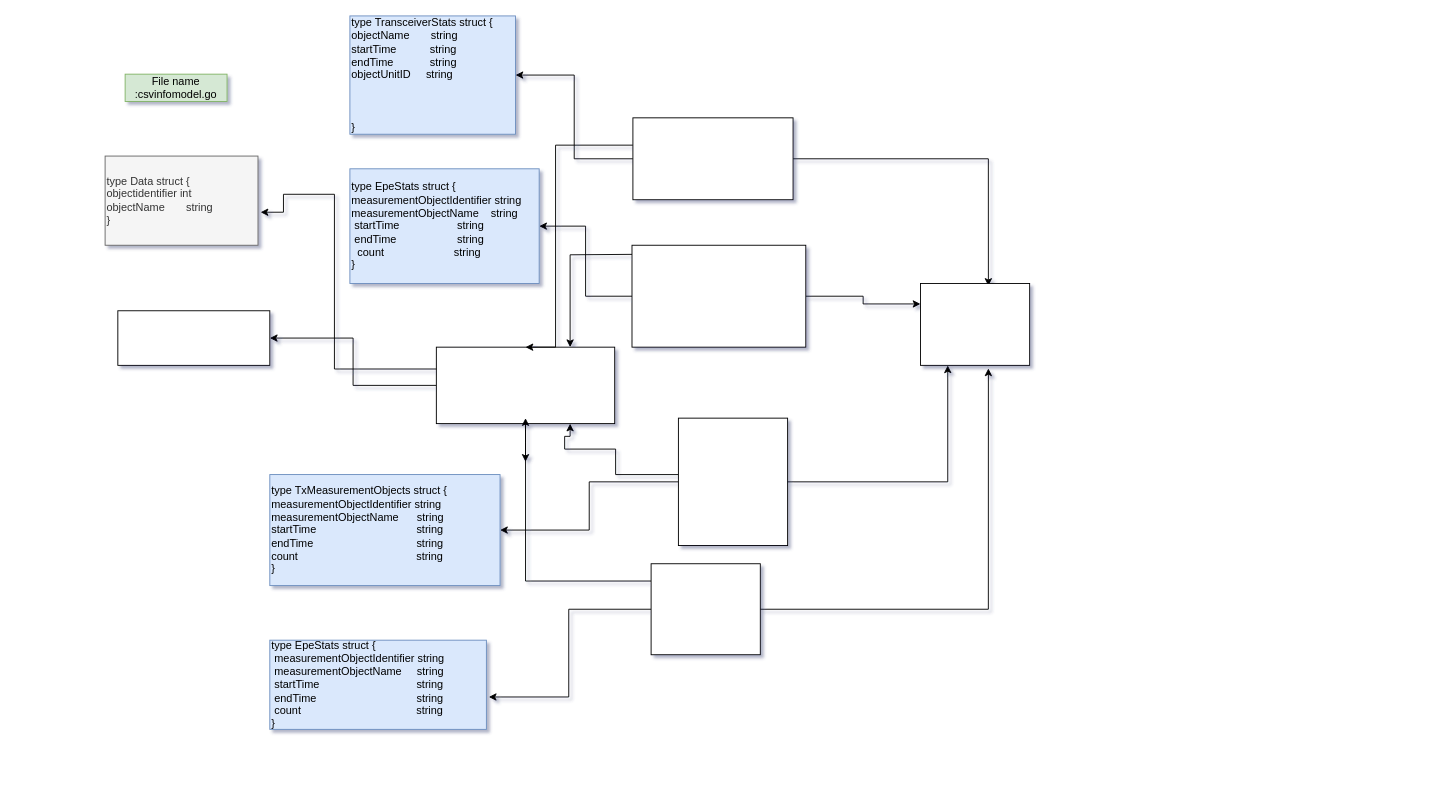
javademokit/Backup keeps this draw.io diagram as Untitled Diagram.drawio. Above is the earlier version. Source tidied: cells renumbered, new cells numbered last; positions are measured from the earlier drawing's top-left corner, leaving out a move shared by most shapes. Both pictures are drawn from the tidied source at 91%, with x=0, y=0 at pixel (105, 15).
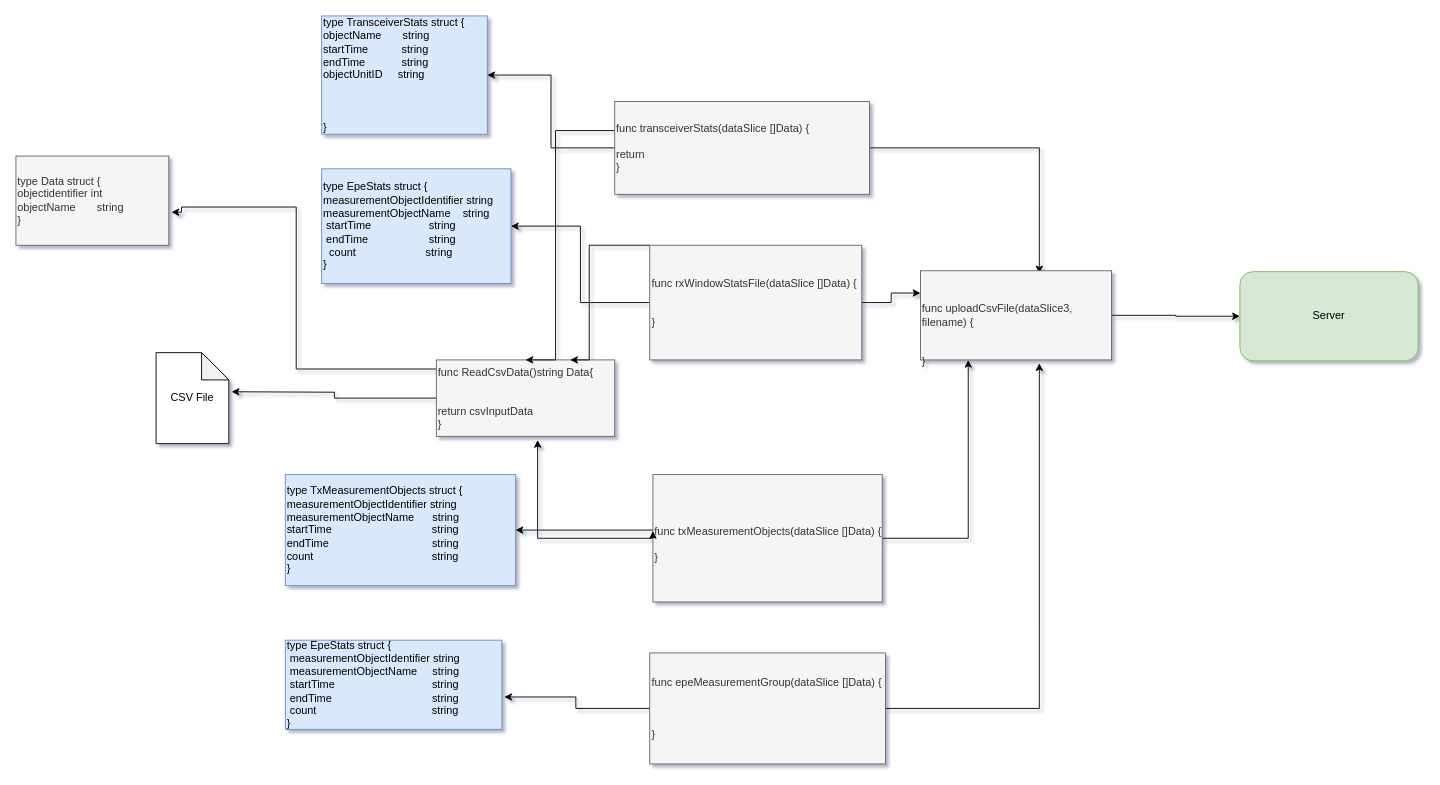
The same diagram, later.

The edit, as a diff of the source:
```diff
@@
-    <mxCell id="2" style="rounded=0;whiteSpace=wrap;html=1;" parent="1" vertex="1">
-      <mxGeometry x="14" y="324" width="167" height="60" as="geometry" />
-    </mxCell>
-    <mxCell id="3" style="edgeStyle=orthogonalEdgeStyle;rounded=0;jettySize=auto;html=1;entryX=1;entryY=0.5;entryDx=0;entryDy=0;" parent="1" edge="1" source="6" target="2">
-      <mxGeometry relative="1" as="geometry" />
+    <mxCell id="3" style="edgeStyle=orthogonalEdgeStyle;rounded=0;jettySize=auto;html=1;entryX=1;entryY=0.5;entryDx=0;entryDy=0;" parent="1" edge="1" source="6">
+      <mxGeometry relative="1" as="geometry">
+        <mxPoint x="139" y="413" as="targetPoint" />
+      </mxGeometry>
     </mxCell>
     <mxCell id="4" style="edgeStyle=orthogonalEdgeStyle;rounded=0;jettySize=auto;html=1;entryX=1.017;entryY=0.63;entryDx=0;entryDy=0;entryPerimeter=0;" parent="1" edge="1" target="27">
       <mxGeometry relative="1" as="geometry">
         <mxPoint x="370.7" y="388" as="sourcePoint" />
         <Array as="points">
-          <mxPoint x="252" y="388" />
-          <mxPoint x="252" y="196" />
-          <mxPoint x="196" y="196" />
-          <mxPoint x="196" y="216" />
+          <mxPoint x="210" y="388" />
+          <mxPoint x="210" y="210" />
+          <mxPoint x="84" y="210" />
+          <mxPoint x="84" y="216" />
         </Array>
       </mxGeometry>
     </mxCell>
-    <mxCell id="5" style="edgeStyle=orthogonalEdgeStyle;rounded=0;jettySize=auto;html=1;" parent="1" edge="1" source="6">
-      <mxGeometry relative="1" as="geometry">
-        <mxPoint x="462" y="490" as="targetPoint" />
-      </mxGeometry>
-    </mxCell>
-    <mxCell id="6" style="rounded=0;whiteSpace=wrap;html=1;" parent="1" vertex="1">
-      <mxGeometry x="364" y="364" width="196" height="84" as="geometry" />
+    <mxCell id="6" value="&lt;div&gt;func ReadCsvData()string Data{&lt;/div&gt;&lt;div&gt;&lt;br&gt;&lt;/div&gt;&lt;div&gt;&lt;br&gt;&lt;/div&gt;&lt;div&gt;return csvInputData&lt;/div&gt;&lt;div&gt;}&lt;/div&gt;" style="rounded=0;whiteSpace=wrap;html=1;align=left;fillColor=#f5f5f5;strokeColor=#666666;fontColor=#333333;" parent="1" vertex="1">
+      <mxGeometry x="364" y="378" width="196" height="84" as="geometry" />
     </mxCell>
@@
     <mxCell id="8" style="edgeStyle=orthogonalEdgeStyle;rounded=0;jettySize=auto;html=1;entryX=0.5;entryY=0;entryDx=0;entryDy=0;" parent="1" edge="1" source="10" target="6">
       <mxGeometry relative="1" as="geometry">
         <Array as="points">
-          <mxPoint x="495" y="142" />
+          <mxPoint x="495" y="126" />
+          <mxPoint x="495" y="378" />
         </Array>
       </mxGeometry>
     </mxCell>
@@
-    <mxCell id="10" style="rounded=0;whiteSpace=wrap;html=1;" parent="1" vertex="1">
-      <mxGeometry x="580" y="112" width="176" height="90" as="geometry" />
+    <mxCell id="10" value="&lt;div style=&quot;&quot;&gt;&lt;span style=&quot;background-color: initial;&quot;&gt;func transceiverStats(dataSlice []Data) {&lt;/span&gt;&lt;/div&gt;&lt;div style=&quot;&quot;&gt;&lt;span style=&quot;background-color: initial;&quot;&gt;&lt;br&gt;&lt;/span&gt;&lt;/div&gt;&lt;div style=&quot;&quot;&gt;&lt;span style=&quot;background-color: initial;&quot;&gt;return&amp;nbsp;&lt;/span&gt;&lt;/div&gt;&lt;div style=&quot;&quot;&gt;&lt;span style=&quot;background-color: initial;&quot;&gt;}&lt;/span&gt;&lt;/div&gt;" style="rounded=0;whiteSpace=wrap;html=1;fillColor=#f5f5f5;strokeColor=#666666;fontColor=#333333;align=left;" parent="1" vertex="1">
+      <mxGeometry x="560" y="94" width="280" height="102" as="geometry" />
     </mxCell>
@@
-    <mxCell id="12" style="edgeStyle=orthogonalEdgeStyle;rounded=0;jettySize=auto;html=1;entryX=0.75;entryY=0;entryDx=0;entryDy=0;" parent="1" edge="1" target="6">
+    <mxCell id="12" style="edgeStyle=orthogonalEdgeStyle;rounded=0;jettySize=auto;html=1;entryX=0.75;entryY=0;entryDx=0;entryDy=0;exitX=0;exitY=0;exitDx=0;exitDy=0;" parent="1" edge="1" source="14" target="6">
       <mxGeometry relative="1" as="geometry">
-        <mxPoint x="580" y="262" as="sourcePoint" />
+        <Array as="points">
+          <mxPoint x="532" y="252" />
+          <mxPoint x="532" y="378" />
+        </Array>
       </mxGeometry>
     </mxCell>
@@
-    <mxCell id="14" style="rounded=0;whiteSpace=wrap;html=1;" parent="1" vertex="1">
-      <mxGeometry x="579" y="252" width="191" height="112" as="geometry" />
+    <mxCell id="14" value="&lt;div&gt;func rxWindowStatsFile(dataSlice []Data) {&lt;/div&gt;&lt;div&gt;&lt;br&gt;&lt;/div&gt;&lt;div&gt;&lt;br&gt;&lt;/div&gt;&lt;div&gt;}&lt;/div&gt;" style="rounded=0;whiteSpace=wrap;html=1;align=left;fillColor=#f5f5f5;strokeColor=#666666;fontColor=#333333;" parent="1" vertex="1">
+      <mxGeometry x="598.5" y="252" width="233" height="126" as="geometry" />
     </mxCell>
     <mxCell id="15" style="edgeStyle=orthogonalEdgeStyle;rounded=0;jettySize=auto;html=1;entryX=1;entryY=0.5;entryDx=0;entryDy=0;" parent="1" edge="1" source="18" target="25">
-      <mxGeometry relative="1" as="geometry" />
+      <mxGeometry relative="1" as="geometry">
+        <Array as="points">
+          <mxPoint x="560" y="565" />
+          <mxPoint x="560" y="565" />
+        </Array>
+      </mxGeometry>
     </mxCell>
@@
-    <mxCell id="17" style="edgeStyle=orthogonalEdgeStyle;rounded=0;jettySize=auto;html=1;entryX=0.75;entryY=1;entryDx=0;entryDy=0;" parent="1" edge="1" source="18" target="6">
-      <mxGeometry relative="1" as="geometry">
-        <Array as="points">
-          <mxPoint x="561" y="504" />
-          <mxPoint x="561" y="476" />
-          <mxPoint x="505" y="476" />
-          <mxPoint x="505" y="462" />
-          <mxPoint x="511" y="462" />
-        </Array>
-      </mxGeometry>
+    <mxCell id="17" style="edgeStyle=orthogonalEdgeStyle;rounded=0;jettySize=auto;html=1;entryX=0.568;entryY=1.048;entryDx=0;entryDy=0;entryPerimeter=0;" parent="1" edge="1" source="18" target="6">
+      <mxGeometry relative="1" as="geometry" />
     </mxCell>
-    <mxCell id="18" style="rounded=0;whiteSpace=wrap;html=1;" parent="1" vertex="1">
-      <mxGeometry x="630" y="442" width="120" height="140" as="geometry" />
+    <mxCell id="18" value="&lt;div&gt;&lt;br&gt;&lt;/div&gt;&lt;div&gt;func txMeasurementObjects(dataSlice []Data) {&lt;/div&gt;&lt;div&gt;&lt;br&gt;&lt;/div&gt;&lt;div&gt;&lt;span style=&quot;background-color: initial;&quot;&gt;}&lt;/span&gt;&lt;br&gt;&lt;/div&gt;" style="rounded=0;whiteSpace=wrap;html=1;align=left;fillColor=#f5f5f5;strokeColor=#666666;fontColor=#333333;" parent="1" vertex="1">
+      <mxGeometry x="602" y="504" width="252" height="140" as="geometry" />
     </mxCell>
@@
-    <mxCell id="20" style="edgeStyle=orthogonalEdgeStyle;rounded=0;orthogonalLoop=1;jettySize=auto;html=1;exitX=0;exitY=0.25;exitDx=0;exitDy=0;" parent="1" edge="1">
-      <mxGeometry relative="1" as="geometry">
-        <mxPoint x="600" y="621" as="sourcePoint" />
-        <mxPoint x="462" y="442" as="targetPoint" />
-        <Array as="points">
-          <mxPoint x="462" y="621" />
-        </Array>
-      </mxGeometry>
-    </mxCell>
@@
-    <mxCell id="22" style="rounded=0;whiteSpace=wrap;html=1;" parent="1" vertex="1">
-      <mxGeometry x="600" y="602" width="120" height="100" as="geometry" />
+    <mxCell id="22" value="func epeMeasurementGroup(dataSlice []Data) {&lt;br&gt;&lt;br&gt;&lt;br&gt;&lt;br&gt;}" style="rounded=0;whiteSpace=wrap;html=1;align=left;fillColor=#f5f5f5;strokeColor=#666666;fontColor=#333333;" parent="1" vertex="1">
+      <mxGeometry x="598.5" y="700" width="259" height="122" as="geometry" />
     </mxCell>
+    <mxCell id="30" style="edgeStyle=orthogonalEdgeStyle;rounded=0;jettySize=auto;html=1;entryX=0;entryY=0.5;entryDx=0;entryDy=0;" parent="1" edge="1" source="23" target="31">
+      <mxGeometry relative="1" as="geometry" />
+    </mxCell>
-    <mxCell id="23" style="rounded=0;whiteSpace=wrap;html=1;" parent="1" vertex="1">
-      <mxGeometry x="896" y="294" width="120" height="90" as="geometry" />
+    <mxCell id="23" value="&lt;br&gt;&lt;br&gt;&lt;br&gt;&lt;div style=&quot;&quot;&gt;func uploadCsvFile(dataSlice3, filename) {&lt;/div&gt;&lt;div style=&quot;&quot;&gt;&lt;br&gt;&lt;/div&gt;&lt;div style=&quot;text-align: center;&quot;&gt;&lt;br&gt;&lt;/div&gt;&lt;div&gt;}&lt;/div&gt;" style="rounded=0;whiteSpace=wrap;html=1;align=left;fillColor=#f5f5f5;strokeColor=#666666;fontColor=#333333;" parent="1" vertex="1">
+      <mxGeometry x="896" y="280" width="210" height="98" as="geometry" />
     </mxCell>
     <mxCell id="24" value="&lt;div&gt;type EpeStats struct {&lt;/div&gt;&lt;div&gt;measurementObjectIdentifier string&lt;/div&gt;&lt;div&gt;&lt;span style=&quot;background-color: initial;&quot;&gt;measurementObjectName&amp;nbsp; &amp;nbsp; string&amp;nbsp; &lt;/span&gt;&lt;span style=&quot;background-color: initial;&quot;&gt;&lt;span style=&quot;white-space: pre;&quot;&gt;&amp;nbsp;&lt;/span&gt;&lt;/span&gt;&lt;span style=&quot;background-color: initial;&quot;&gt;startTime&amp;nbsp; &amp;nbsp; &amp;nbsp; &amp;nbsp; &amp;nbsp; &amp;nbsp; &amp;nbsp; &amp;nbsp; &amp;nbsp; &amp;nbsp;string&lt;/span&gt;&lt;/div&gt;&lt;div style=&quot;&quot;&gt;&lt;span style=&quot;&quot;&gt;&lt;span style=&quot;&quot;&gt;&lt;span style=&quot;white-space: pre;&quot;&gt;&amp;nbsp;&lt;/span&gt;&lt;/span&gt;endTime&amp;nbsp; &amp;nbsp; &amp;nbsp; &amp;nbsp; &amp;nbsp; &amp;nbsp; &amp;nbsp; &amp;nbsp; &amp;nbsp; &amp;nbsp; string&lt;/span&gt;&lt;/div&gt;&lt;div style=&quot;&quot;&gt;&lt;span style=&quot;&quot;&gt;&lt;span style=&quot;&quot;&gt;&lt;span style=&quot;white-space: pre;&quot;&gt;&amp;nbsp;&amp;nbsp;&lt;/span&gt;&lt;/span&gt;count&amp;nbsp; &amp;nbsp; &amp;nbsp; &amp;nbsp; &amp;nbsp; &amp;nbsp; &amp;nbsp; &amp;nbsp; &amp;nbsp; &amp;nbsp; &amp;nbsp; &amp;nbsp;string&lt;/span&gt;&lt;/div&gt;&lt;div&gt;}&lt;/div&gt;" style="rounded=0;whiteSpace=wrap;html=1;fillColor=#dae8fc;strokeColor=#6c8ebf;align=left;" parent="1" vertex="1">
-      <mxGeometry x="269" y="168" width="208" height="126" as="geometry" />
+      <mxGeometry x="238" y="168" width="208" height="126" as="geometry" />
     </mxCell>
     <mxCell id="25" value="&lt;div&gt;type TxMeasurementObjects struct {&lt;/div&gt;&lt;div&gt;measurementObjectIdentifier string&lt;span style=&quot;&quot;&gt;&lt;/span&gt;&lt;/div&gt;&lt;div&gt;&lt;span style=&quot;&quot;&gt;measurementObjectName&amp;nbsp; &amp;nbsp; &amp;nbsp; string&lt;/span&gt;&lt;/div&gt;&lt;div&gt;&lt;span style=&quot;&quot;&gt;startTime&amp;nbsp; &amp;nbsp; &amp;nbsp; &amp;nbsp; &amp;nbsp; &amp;nbsp; &amp;nbsp; &amp;nbsp; &amp;nbsp; &amp;nbsp; &amp;nbsp; &amp;nbsp; &amp;nbsp; &amp;nbsp; &amp;nbsp; &amp;nbsp; &amp;nbsp;string&lt;/span&gt;&lt;/div&gt;&lt;div&gt;&lt;span style=&quot;&quot;&gt;endTime&amp;nbsp; &amp;nbsp; &amp;nbsp; &amp;nbsp; &amp;nbsp; &amp;nbsp; &amp;nbsp; &amp;nbsp; &amp;nbsp; &amp;nbsp; &amp;nbsp; &amp;nbsp; &amp;nbsp; &amp;nbsp; &amp;nbsp; &amp;nbsp; &amp;nbsp; string&lt;/span&gt;&lt;/div&gt;&lt;div&gt;&lt;span style=&quot;&quot;&gt;count&amp;nbsp; &amp;nbsp; &amp;nbsp; &amp;nbsp; &amp;nbsp; &amp;nbsp; &amp;nbsp; &amp;nbsp; &amp;nbsp; &amp;nbsp; &amp;nbsp; &amp;nbsp; &amp;nbsp; &amp;nbsp; &amp;nbsp; &amp;nbsp; &amp;nbsp; &amp;nbsp; &amp;nbsp; &amp;nbsp;string&lt;/span&gt;&lt;/div&gt;&lt;div&gt;}&lt;/div&gt;" style="rounded=0;whiteSpace=wrap;html=1;fillColor=#dae8fc;strokeColor=#6c8ebf;align=left;" parent="1" vertex="1">
-      <mxGeometry x="181" y="504" width="253" height="122" as="geometry" />
+      <mxGeometry x="198" y="504" width="253" height="122" as="geometry" />
     </mxCell>
     <mxCell id="26" value="&lt;div&gt;type EpeStats struct {&lt;/div&gt;&lt;div&gt;&amp;nbsp;measurementObjectIdentifier string&lt;span style=&quot;&quot;&gt;&lt;/span&gt;&lt;/div&gt;&lt;div&gt;&lt;span style=&quot;&quot;&gt;&lt;span style=&quot;&quot;&gt;&lt;span style=&quot;white-space: pre;&quot;&gt;&amp;nbsp;&lt;/span&gt;&lt;/span&gt;measurementObjectName&amp;nbsp; &amp;nbsp; &amp;nbsp;string&lt;/span&gt;&lt;/div&gt;&lt;div&gt;&lt;span style=&quot;&quot;&gt;&lt;span style=&quot;&quot;&gt;&lt;span style=&quot;white-space: pre;&quot;&gt;&amp;nbsp;&lt;/span&gt;&lt;/span&gt;startTime&amp;nbsp; &amp;nbsp; &amp;nbsp; &amp;nbsp; &amp;nbsp; &amp;nbsp; &amp;nbsp; &amp;nbsp; &amp;nbsp; &amp;nbsp; &amp;nbsp; &amp;nbsp; &amp;nbsp; &amp;nbsp; &amp;nbsp; &amp;nbsp; string&lt;/span&gt;&lt;/div&gt;&lt;div&gt;&lt;span style=&quot;&quot;&gt;&lt;span style=&quot;&quot;&gt;&lt;span style=&quot;white-space: pre;&quot;&gt;&amp;nbsp;&lt;/span&gt;&lt;/span&gt;endTime&amp;nbsp; &amp;nbsp; &amp;nbsp; &amp;nbsp; &amp;nbsp; &amp;nbsp; &amp;nbsp; &amp;nbsp; &amp;nbsp; &amp;nbsp; &amp;nbsp; &amp;nbsp; &amp;nbsp; &amp;nbsp; &amp;nbsp; &amp;nbsp; &amp;nbsp;string&lt;/span&gt;&lt;/div&gt;&lt;div&gt;&lt;span style=&quot;&quot;&gt;&lt;span style=&quot;&quot;&gt;&lt;span style=&quot;white-space: pre;&quot;&gt;&amp;nbsp;&lt;/span&gt;&lt;/span&gt;count&amp;nbsp; &amp;nbsp; &amp;nbsp; &amp;nbsp; &amp;nbsp; &amp;nbsp; &amp;nbsp; &amp;nbsp; &amp;nbsp; &amp;nbsp; &amp;nbsp; &amp;nbsp; &amp;nbsp; &amp;nbsp; &amp;nbsp; &amp;nbsp; &amp;nbsp; &amp;nbsp; &amp;nbsp; string&lt;/span&gt;&lt;/div&gt;&lt;div&gt;}&lt;/div&gt;" style="rounded=0;whiteSpace=wrap;html=1;fillColor=#dae8fc;strokeColor=#6c8ebf;align=left;" parent="1" vertex="1">
-      <mxGeometry x="181" y="686" width="238" height="98" as="geometry" />
+      <mxGeometry x="198" y="686" width="238" height="98" as="geometry" />
     </mxCell>
     <mxCell id="27" value="type Data struct {&#10;objectidentifier int&#10;objectName       string&#10;}" style="rounded=0;whiteSpace=wrap;html=1;fillColor=#f5f5f5;strokeColor=#666666;fontColor=#333333;align=left;" parent="1" vertex="1">
-      <mxGeometry y="154" width="168" height="98" as="geometry" />
+      <mxGeometry x="-98" y="154" width="168" height="98" as="geometry" />
     </mxCell>
-    <mxCell id="28" value="File name :csvinfomodel.go" style="text;html=1;strokeColor=#82b366;fillColor=#d5e8d4;align=center;verticalAlign=middle;whiteSpace=wrap;rounded=0;" parent="1" vertex="1">
-      <mxGeometry x="22" y="64" width="112" height="30" as="geometry" />
-    </mxCell>
     <mxCell id="29" value="type TransceiverStats struct {&amp;nbsp;&amp;nbsp;&lt;br&gt;&lt;div&gt;objectName&amp;nbsp; &amp;nbsp; &amp;nbsp; &amp;nbsp;string&lt;/div&gt;&lt;div&gt;startTime&amp;nbsp; &amp;nbsp; &amp;nbsp; &amp;nbsp; &amp;nbsp; &amp;nbsp;string&lt;span style=&quot;&quot;&gt;&lt;/span&gt;&lt;/div&gt;&lt;div&gt;&lt;span style=&quot;&quot;&gt;endTime&amp;nbsp; &amp;nbsp; &amp;nbsp; &amp;nbsp; &amp;nbsp; &amp;nbsp; string&lt;/span&gt;&lt;/div&gt;&lt;div&gt;&lt;span style=&quot;&quot;&gt;objectUnitID&amp;nbsp; &amp;nbsp; &amp;nbsp;string&lt;/span&gt;&lt;/div&gt;&lt;div&gt;&lt;span style=&quot;&quot;&gt;&lt;br&gt;&lt;/span&gt;&lt;/div&gt;&lt;div&gt;&lt;/div&gt;&lt;br&gt;&lt;br&gt;}" style="rounded=0;whiteSpace=wrap;html=1;fillColor=#dae8fc;strokeColor=#6c8ebf;align=left;" parent="1" vertex="1">
-      <mxGeometry x="269" width="182" height="130" as="geometry" />
+      <mxGeometry x="238" width="182" height="130" as="geometry" />
     </mxCell>
+    <mxCell id="31" value="Server" style="rounded=1;whiteSpace=wrap;html=1;fillColor=#d5e8d4;strokeColor=#82b366;" parent="1" vertex="1">
+      <mxGeometry x="1247" y="281" width="196" height="98" as="geometry" />
+    </mxCell>
+    <mxCell id="32" value="CSV File" style="shape=note;whiteSpace=wrap;html=1;backgroundOutline=1;darkOpacity=0.05;" parent="1" vertex="1">
+      <mxGeometry x="56" y="370" width="80" height="100" as="geometry" />
+    </mxCell>
+    <mxCell id="33" style="edgeStyle=orthogonalEdgeStyle;rounded=0;orthogonalLoop=1;jettySize=auto;html=1;exitX=0;exitY=0.5;exitDx=0;exitDy=0;entryX=0;entryY=0.443;entryDx=0;entryDy=0;entryPerimeter=0;" parent="1" edge="1" source="18" target="18">
+      <mxGeometry relative="1" as="geometry" />
+    </mxCell>
```
